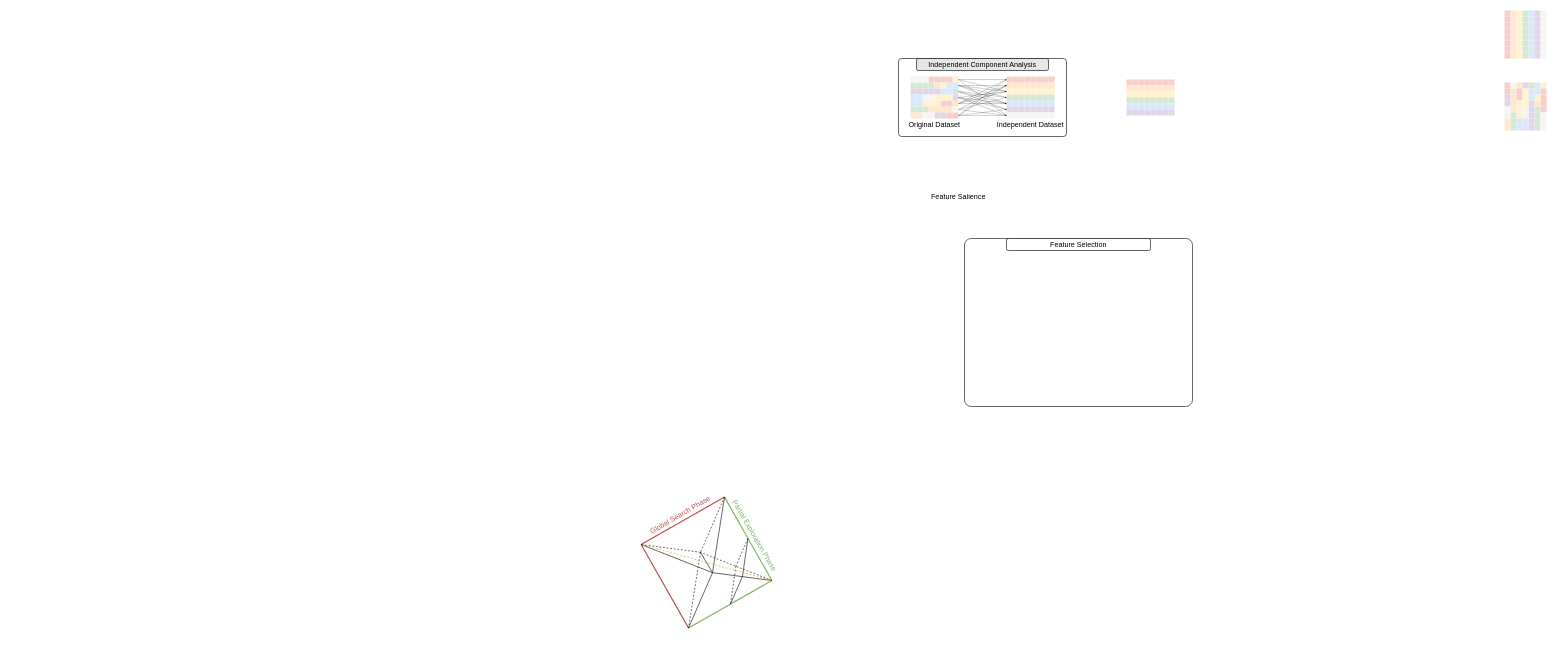
This is 未命名绘图.drawio from weyg0/Diagrams, a draw.io file, before an edit. Source tidied: cells renumbered, new cells numbered last; positions are measured from the earlier drawing's top-left corner, leaving out a move shared by most shapes. Both pictures are drawn from the tidied source at 60%, with x=0, y=0 at pixel (638, 10).
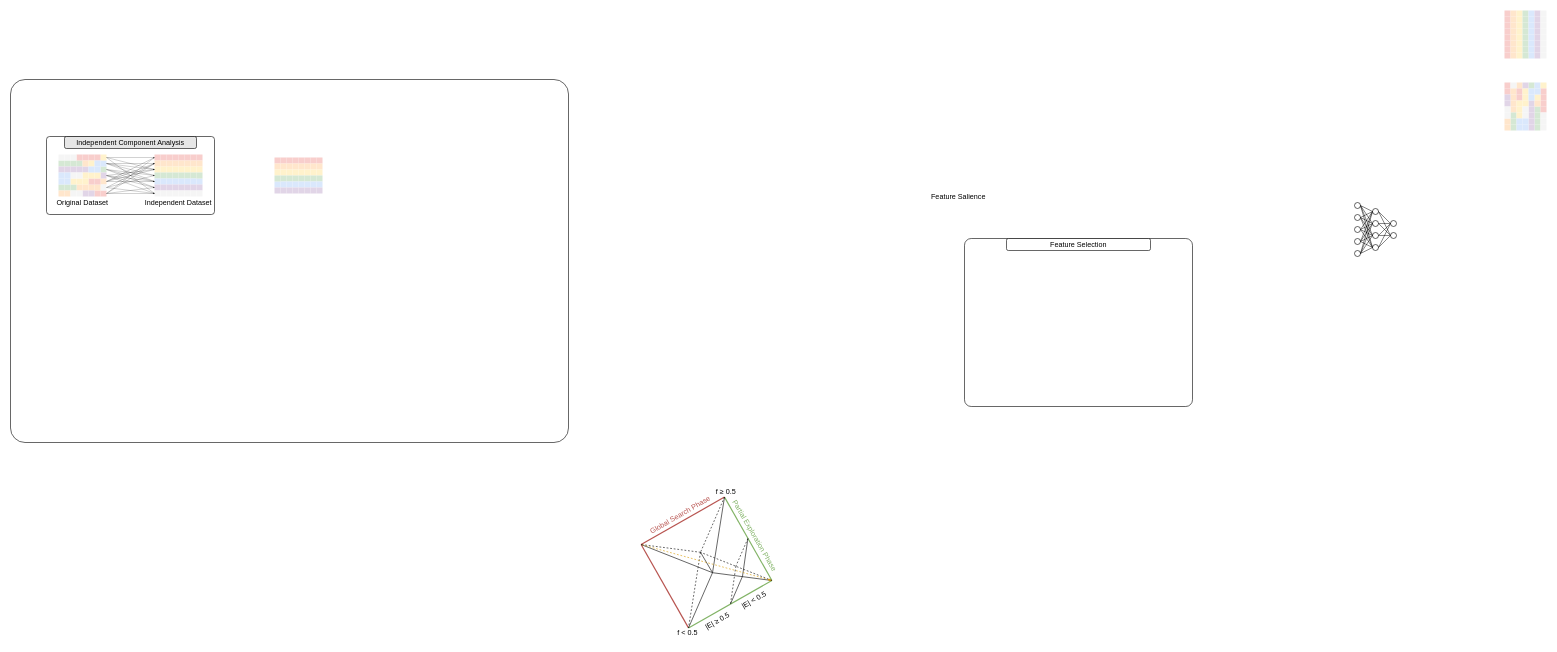
The same page after the edit.

Commit message (it also covers changes not shown here):
更新未命名绘图.drawio

What changed in the source:
```diff
@@
+    <mxCell id="329" style="rounded=1;whiteSpace=wrap;html=1;arcSize=4;" parent="1" vertex="1">
+      <mxGeometry x="-1046" y="115" width="930" height="605" as="geometry" />
+    </mxCell>
@@
     <mxCell id="116" style="group;rotation=90;" parent="1" vertex="1">
-      <mxGeometry x="824" y="105" width="60" height="80" as="geometry" />
+      <mxGeometry x="-596" y="235" width="60" height="80" as="geometry" />
     </mxCell>
@@
     <mxCell id="166" style="group;" parent="1" vertex="1">
-      <mxGeometry x="434" y="80" width="280" height="130" as="geometry" />
+      <mxGeometry x="-986" y="210" width="280" height="130" as="geometry" />
     </mxCell>
@@
+    <mxCell id="330" style="rounded=0;jettySize=auto;html=1;exitX=1;exitY=0.5;exitDx=0;exitDy=0;entryX=0;entryY=0.5;entryDx=0;entryDy=0;endArrow=none;endFill=0;endSize=6;strokeWidth=0.8;" parent="1" edge="1" source="331" target="337">
+      <mxGeometry relative="1" as="geometry" />
+    </mxCell>
+    <mxCell id="331" style="ellipse;whiteSpace=wrap;html=1;" parent="1" vertex="1">
+      <mxGeometry x="1194" y="320" width="10" height="10" as="geometry" />
+    </mxCell>
+    <mxCell id="332" style="ellipse;whiteSpace=wrap;html=1;" parent="1" vertex="1">
+      <mxGeometry x="1194" y="340" width="10" height="10" as="geometry" />
+    </mxCell>
+    <mxCell id="333" style="ellipse;whiteSpace=wrap;html=1;" parent="1" vertex="1">
+      <mxGeometry x="1194" y="360" width="10" height="10" as="geometry" />
+    </mxCell>
+    <mxCell id="334" style="ellipse;whiteSpace=wrap;html=1;" parent="1" vertex="1">
+      <mxGeometry x="1194" y="380" width="10" height="10" as="geometry" />
+    </mxCell>
+    <mxCell id="335" style="ellipse;whiteSpace=wrap;html=1;" parent="1" vertex="1">
+      <mxGeometry x="1194" y="400" width="10" height="10" as="geometry" />
+    </mxCell>
+    <mxCell id="336" style="ellipse;whiteSpace=wrap;html=1;" parent="1" vertex="1">
+      <mxGeometry x="1224" y="350" width="10" height="10" as="geometry" />
+    </mxCell>
+    <mxCell id="337" style="ellipse;whiteSpace=wrap;html=1;" parent="1" vertex="1">
+      <mxGeometry x="1224" y="330" width="10" height="10" as="geometry" />
+    </mxCell>
+    <mxCell id="338" style="ellipse;whiteSpace=wrap;html=1;" parent="1" vertex="1">
+      <mxGeometry x="1224" y="370" width="10" height="10" as="geometry" />
+    </mxCell>
+    <mxCell id="339" style="ellipse;whiteSpace=wrap;html=1;" parent="1" vertex="1">
+      <mxGeometry x="1224" y="390" width="10" height="10" as="geometry" />
+    </mxCell>
+    <mxCell id="340" style="ellipse;whiteSpace=wrap;html=1;" parent="1" vertex="1">
+      <mxGeometry x="1254" y="350" width="10" height="10" as="geometry" />
+    </mxCell>
+    <mxCell id="341" style="ellipse;whiteSpace=wrap;html=1;" parent="1" vertex="1">
+      <mxGeometry x="1254" y="370" width="10" height="10" as="geometry" />
+    </mxCell>
+    <mxCell id="342" style="rounded=0;jettySize=auto;html=1;exitX=1;exitY=0.5;exitDx=0;exitDy=0;entryX=0;entryY=0.5;entryDx=0;entryDy=0;endArrow=none;endFill=0;endSize=6;strokeWidth=0.8;" parent="1" edge="1" source="331" target="336">
+      <mxGeometry relative="1" as="geometry" />
+    </mxCell>
+    <mxCell id="343" style="rounded=0;jettySize=auto;html=1;exitX=1;exitY=0.5;exitDx=0;exitDy=0;entryX=0;entryY=0.5;entryDx=0;entryDy=0;endArrow=none;endFill=0;endSize=6;strokeWidth=0.8;" parent="1" edge="1" source="331" target="338">
+      <mxGeometry relative="1" as="geometry" />
+    </mxCell>
+    <mxCell id="344" style="rounded=0;jettySize=auto;html=1;exitX=1;exitY=0.5;exitDx=0;exitDy=0;entryX=0;entryY=0.5;entryDx=0;entryDy=0;endArrow=none;endFill=0;endSize=6;strokeWidth=0.8;" parent="1" edge="1" source="331" target="339">
+      <mxGeometry relative="1" as="geometry" />
+    </mxCell>
+    <mxCell id="345" style="rounded=0;jettySize=auto;html=1;exitX=1;exitY=0.5;exitDx=0;exitDy=0;entryX=0;entryY=0.5;entryDx=0;entryDy=0;endArrow=none;endFill=0;endSize=6;strokeWidth=0.8;" parent="1" edge="1" source="332" target="337">
+      <mxGeometry relative="1" as="geometry" />
+    </mxCell>
+    <mxCell id="346" style="rounded=0;jettySize=auto;html=1;exitX=1;exitY=0.5;exitDx=0;exitDy=0;entryX=0;entryY=0.5;entryDx=0;entryDy=0;endArrow=none;endFill=0;endSize=6;strokeWidth=0.8;" parent="1" edge="1" source="332" target="336">
+      <mxGeometry relative="1" as="geometry" />
+    </mxCell>
+    <mxCell id="347" style="rounded=0;jettySize=auto;html=1;exitX=1;exitY=0.5;exitDx=0;exitDy=0;entryX=0;entryY=0.5;entryDx=0;entryDy=0;endArrow=none;endFill=0;endSize=6;strokeWidth=0.8;" parent="1" edge="1" source="332" target="338">
+      <mxGeometry relative="1" as="geometry" />
+    </mxCell>
+    <mxCell id="348" style="rounded=0;jettySize=auto;html=1;exitX=1;exitY=0.5;exitDx=0;exitDy=0;entryX=0;entryY=0.5;entryDx=0;entryDy=0;endArrow=none;endFill=0;endSize=6;strokeWidth=0.8;" parent="1" edge="1" source="332" target="339">
+      <mxGeometry relative="1" as="geometry" />
+    </mxCell>
+    <mxCell id="349" style="rounded=0;jettySize=auto;html=1;exitX=1;exitY=0.5;exitDx=0;exitDy=0;entryX=0;entryY=0.5;entryDx=0;entryDy=0;endArrow=none;endFill=0;endSize=6;strokeWidth=0.8;" parent="1" edge="1" source="333" target="337">
+      <mxGeometry relative="1" as="geometry" />
+    </mxCell>
+    <mxCell id="350" style="rounded=0;jettySize=auto;html=1;exitX=1;exitY=0.5;exitDx=0;exitDy=0;entryX=0;entryY=0.5;entryDx=0;entryDy=0;endArrow=none;endFill=0;endSize=6;strokeWidth=0.8;" parent="1" edge="1" source="333" target="336">
+      <mxGeometry relative="1" as="geometry" />
+    </mxCell>
+    <mxCell id="351" style="rounded=0;jettySize=auto;html=1;exitX=1;exitY=0.5;exitDx=0;exitDy=0;entryX=0;entryY=0.5;entryDx=0;entryDy=0;endArrow=none;endFill=0;endSize=6;strokeWidth=0.8;" parent="1" edge="1" source="333" target="338">
+      <mxGeometry relative="1" as="geometry" />
+    </mxCell>
+    <mxCell id="352" style="rounded=0;jettySize=auto;html=1;exitX=1;exitY=0.5;exitDx=0;exitDy=0;entryX=0;entryY=0.5;entryDx=0;entryDy=0;endArrow=none;endFill=0;endSize=6;strokeWidth=0.8;" parent="1" edge="1" source="333" target="339">
+      <mxGeometry relative="1" as="geometry" />
+    </mxCell>
+    <mxCell id="353" style="rounded=0;jettySize=auto;html=1;exitX=1;exitY=0.5;exitDx=0;exitDy=0;entryX=0;entryY=0.5;entryDx=0;entryDy=0;endArrow=none;endFill=0;endSize=6;strokeWidth=0.8;" parent="1" edge="1" source="334" target="337">
+      <mxGeometry relative="1" as="geometry" />
+    </mxCell>
+    <mxCell id="354" style="rounded=0;jettySize=auto;html=1;exitX=1;exitY=0.5;exitDx=0;exitDy=0;entryX=0;entryY=0.5;entryDx=0;entryDy=0;endArrow=none;endFill=0;endSize=6;strokeWidth=0.8;" parent="1" edge="1" source="334" target="336">
+      <mxGeometry relative="1" as="geometry" />
+    </mxCell>
+    <mxCell id="355" style="rounded=0;jettySize=auto;html=1;exitX=1;exitY=0.5;exitDx=0;exitDy=0;entryX=0;entryY=0.5;entryDx=0;entryDy=0;endArrow=none;endFill=0;endSize=6;strokeWidth=0.8;" parent="1" edge="1" source="334" target="338">
+      <mxGeometry relative="1" as="geometry" />
+    </mxCell>
+    <mxCell id="356" style="rounded=0;jettySize=auto;html=1;exitX=1;exitY=0.5;exitDx=0;exitDy=0;entryX=0;entryY=0.5;entryDx=0;entryDy=0;endArrow=none;endFill=0;endSize=6;strokeWidth=0.8;" parent="1" edge="1" source="334" target="339">
+      <mxGeometry relative="1" as="geometry" />
+    </mxCell>
+    <mxCell id="357" style="rounded=0;jettySize=auto;html=1;exitX=1;exitY=0.5;exitDx=0;exitDy=0;entryX=0;entryY=0.5;entryDx=0;entryDy=0;endArrow=none;endFill=0;endSize=6;strokeWidth=0.8;" parent="1" edge="1" source="335" target="339">
+      <mxGeometry relative="1" as="geometry" />
+    </mxCell>
+    <mxCell id="358" style="rounded=0;jettySize=auto;html=1;exitX=1;exitY=0.5;exitDx=0;exitDy=0;entryX=0;entryY=0.5;entryDx=0;entryDy=0;endArrow=none;endFill=0;endSize=6;strokeWidth=0.8;" parent="1" edge="1" source="335" target="338">
+      <mxGeometry relative="1" as="geometry" />
+    </mxCell>
+    <mxCell id="359" style="rounded=0;jettySize=auto;html=1;exitX=1;exitY=0.5;exitDx=0;exitDy=0;entryX=0;entryY=0.5;entryDx=0;entryDy=0;endArrow=none;endFill=0;endSize=6;strokeWidth=0.8;" parent="1" edge="1" source="335" target="336">
+      <mxGeometry relative="1" as="geometry" />
+    </mxCell>
+    <mxCell id="360" style="rounded=0;jettySize=auto;html=1;exitX=1;exitY=0.5;exitDx=0;exitDy=0;entryX=0;entryY=0.5;entryDx=0;entryDy=0;endArrow=none;endFill=0;endSize=6;strokeWidth=0.8;" parent="1" edge="1" source="335" target="337">
+      <mxGeometry relative="1" as="geometry" />
+    </mxCell>
+    <mxCell id="361" style="rounded=0;jettySize=auto;html=1;exitX=1;exitY=0.5;exitDx=0;exitDy=0;entryX=0;entryY=0.5;entryDx=0;entryDy=0;endArrow=none;endFill=0;endSize=6;strokeWidth=0.8;" parent="1" edge="1" source="337" target="340">
+      <mxGeometry relative="1" as="geometry" />
+    </mxCell>
+    <mxCell id="362" style="rounded=0;jettySize=auto;html=1;exitX=1;exitY=0.5;exitDx=0;exitDy=0;entryX=0;entryY=0.5;entryDx=0;entryDy=0;endArrow=none;endFill=0;endSize=6;strokeWidth=0.8;" parent="1" edge="1" source="337" target="341">
+      <mxGeometry relative="1" as="geometry" />
+    </mxCell>
+    <mxCell id="363" style="rounded=0;jettySize=auto;html=1;exitX=1;exitY=0.5;exitDx=0;exitDy=0;entryX=0;entryY=0.5;entryDx=0;entryDy=0;endArrow=none;endFill=0;endSize=6;strokeWidth=0.8;" parent="1" edge="1" source="336" target="340">
+      <mxGeometry relative="1" as="geometry" />
+    </mxCell>
+    <mxCell id="364" style="rounded=0;jettySize=auto;html=1;exitX=1;exitY=0.5;exitDx=0;exitDy=0;entryX=0;entryY=0.5;entryDx=0;entryDy=0;endArrow=none;endFill=0;endSize=6;strokeWidth=0.8;" parent="1" edge="1" source="336" target="341">
+      <mxGeometry relative="1" as="geometry" />
+    </mxCell>
+    <mxCell id="365" style="rounded=0;jettySize=auto;html=1;exitX=1;exitY=0.5;exitDx=0;exitDy=0;entryX=0;entryY=0.5;entryDx=0;entryDy=0;endArrow=none;endFill=0;endSize=6;strokeWidth=0.8;" parent="1" edge="1" source="338" target="340">
+      <mxGeometry relative="1" as="geometry" />
+    </mxCell>
+    <mxCell id="366" style="rounded=0;jettySize=auto;html=1;exitX=1;exitY=0.5;exitDx=0;exitDy=0;entryX=0;entryY=0.5;entryDx=0;entryDy=0;endArrow=none;endFill=0;endSize=6;strokeWidth=0.8;" parent="1" edge="1" source="338" target="341">
+      <mxGeometry relative="1" as="geometry" />
+    </mxCell>
+    <mxCell id="367" style="rounded=0;jettySize=auto;html=1;exitX=1;exitY=0.5;exitDx=0;exitDy=0;entryX=0;entryY=0.5;entryDx=0;entryDy=0;endArrow=none;endFill=0;endSize=6;strokeWidth=0.8;" parent="1" edge="1" source="339" target="340">
+      <mxGeometry relative="1" as="geometry" />
+    </mxCell>
+    <mxCell id="368" style="rounded=0;jettySize=auto;html=1;exitX=1;exitY=0.5;exitDx=0;exitDy=0;entryX=0;entryY=0.5;entryDx=0;entryDy=0;endArrow=none;endFill=0;endSize=6;strokeWidth=0.8;" parent="1" edge="1" source="339" target="341">
+      <mxGeometry relative="1" as="geometry" />
+    </mxCell>
+    <mxCell id="369" value="f&amp;nbsp;≥ 0.5" style="text;html=1;align=center;verticalAlign=middle;strokeColor=none;fillColor=none;" parent="1" vertex="1">
+      <mxGeometry x="116" y="788" width="60" height="30" as="geometry" />
+    </mxCell>
+    <mxCell id="370" value="|E|&amp;nbsp;≥ 0.5" style="text;html=1;align=center;verticalAlign=middle;strokeColor=none;fillColor=none;rotation=-30;" parent="1" vertex="1">
+      <mxGeometry x="97" y="1003" width="70" height="30" as="geometry" />
+    </mxCell>
+    <mxCell id="371" value="|E| &amp;lt; 0.5" style="text;html=1;align=center;verticalAlign=middle;strokeColor=none;fillColor=none;rotation=-30;" parent="1" vertex="1">
+      <mxGeometry x="158" y="968" width="70" height="30" as="geometry" />
+    </mxCell>
+    <mxCell id="372" value="f &amp;lt; 0.5" style="text;html=1;align=center;verticalAlign=middle;strokeColor=none;fillColor=none;" parent="1" vertex="1">
+      <mxGeometry x="52" y="1022" width="60" height="30" as="geometry" />
+    </mxCell>
```
